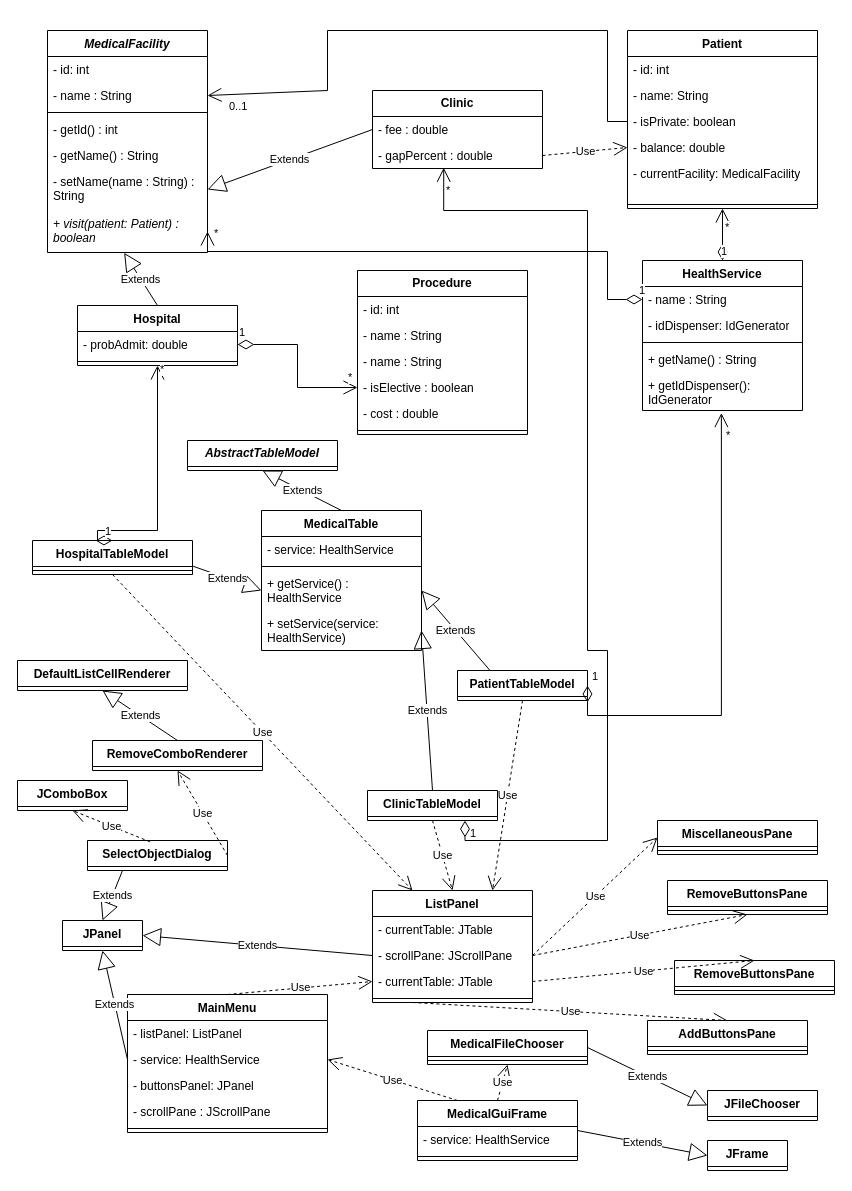
The draw.io diagram UML_diagram.drawio in YvesStraten/medical-console-gui, before the edit. Source tidied: cells renumbered, new cells numbered last; positions are measured from the earlier drawing's top-left corner, leaving out a move shared by most shapes. Both pictures are drawn from the tidied source at 100%, with x=0, y=0 at pixel (17, 30).
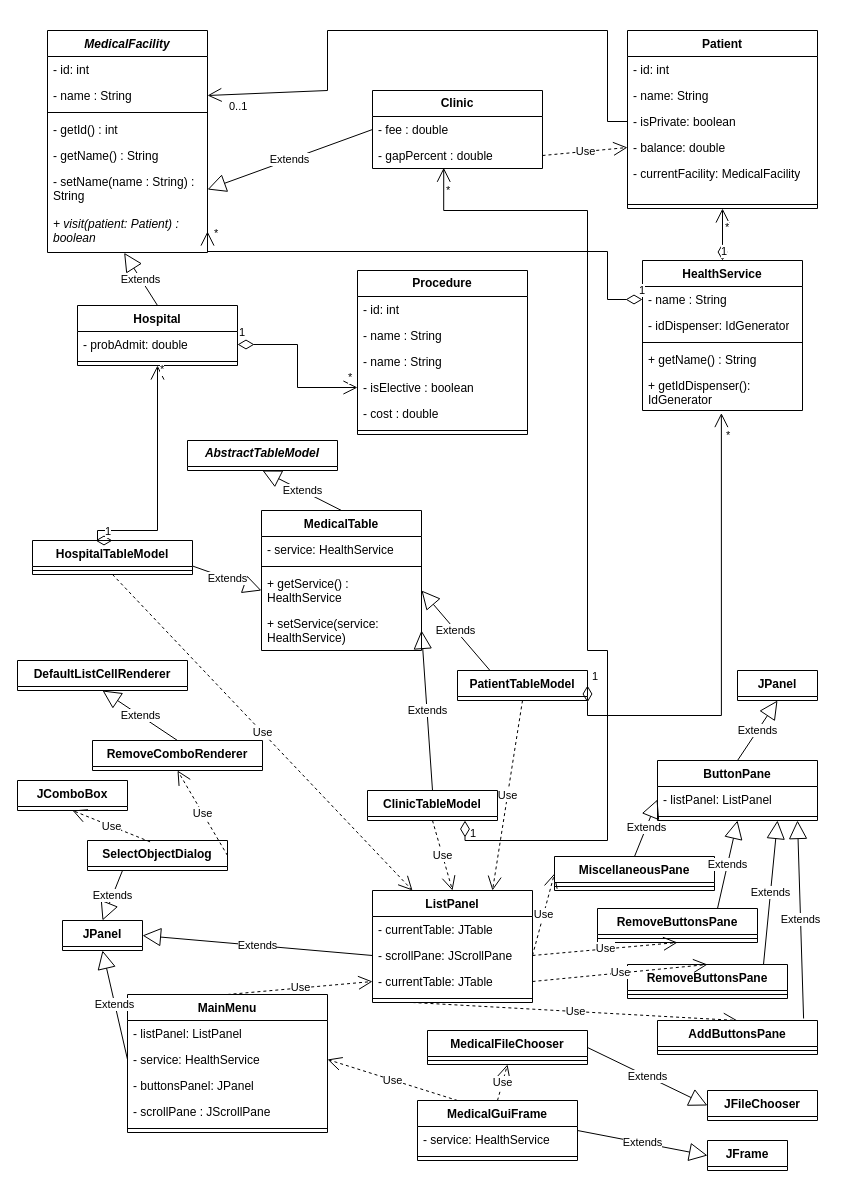
The same page after the edit.

Change to the diagram source:
```diff
@@
     <mxCell id="91" value="AddButtonsPane" style="swimlane;fontStyle=1;align=center;verticalAlign=top;horizontal=1;startSize=26;whiteSpace=wrap;html=1;" parent="1" vertex="1">
-      <mxGeometry x="630" y="990" width="160" height="34" as="geometry" />
+      <mxGeometry x="640" y="990" width="160" height="34" as="geometry" />
     </mxCell>
@@
     <mxCell id="93" value="RemoveButtonsPane&lt;div&gt;&lt;br&gt;&lt;/div&gt;" style="swimlane;fontStyle=1;align=center;verticalAlign=top;horizontal=1;startSize=26;whiteSpace=wrap;html=1;" parent="1" vertex="1">
-      <mxGeometry x="657" y="930" width="160" height="34" as="geometry" />
+      <mxGeometry x="610" y="934" width="160" height="34" as="geometry" />
     </mxCell>
@@
     <mxCell id="95" value="RemoveButtonsPane&lt;div&gt;&lt;br&gt;&lt;/div&gt;" style="swimlane;fontStyle=1;align=center;verticalAlign=top;horizontal=1;startSize=26;whiteSpace=wrap;html=1;" parent="1" vertex="1">
-      <mxGeometry x="650" y="850" width="160" height="34" as="geometry" />
+      <mxGeometry x="580" y="878" width="160" height="34" as="geometry" />
     </mxCell>
@@
     <mxCell id="100" value="&lt;div&gt;MiscellaneousPane&lt;/div&gt;" style="swimlane;fontStyle=1;align=center;verticalAlign=top;horizontal=1;startSize=26;whiteSpace=wrap;html=1;" parent="1" vertex="1">
-      <mxGeometry x="640" y="790" width="160" height="34" as="geometry" />
+      <mxGeometry x="537" y="826" width="160" height="34" as="geometry" />
     </mxCell>
@@
+    <mxCell id="116" value="JPanel" style="swimlane;fontStyle=1;align=center;verticalAlign=top;horizontal=1;startSize=26;whiteSpace=wrap;html=1;" parent="1" vertex="1" collapsed="1">
+      <mxGeometry x="720" y="640" width="80" height="30" as="geometry" />
+    </mxCell>
+    <mxCell id="117" value="ButtonPane" style="swimlane;fontStyle=1;align=center;verticalAlign=top;horizontal=1;startSize=26;whiteSpace=wrap;html=1;" parent="1" vertex="1">
+      <mxGeometry x="640" y="730" width="160" height="60" as="geometry" />
+    </mxCell>
+    <mxCell id="118" value="- listPanel: ListPanel" style="text;strokeColor=none;fillColor=none;align=left;verticalAlign=top;spacingLeft=4;spacingRight=4;overflow=hidden;points=[[0,0.5],[1,0.5]];portConstraint=eastwest;whiteSpace=wrap;html=1;" parent="117" vertex="1">
+      <mxGeometry y="26" width="160" height="26" as="geometry" />
+    </mxCell>
+    <mxCell id="119" style="line;strokeWidth=1;fillColor=none;align=left;verticalAlign=middle;spacingTop=-1;spacingLeft=3;spacingRight=3;labelPosition=right;strokeColor=inherit;" parent="117" vertex="1">
+      <mxGeometry y="52" width="160" height="8" as="geometry" />
+    </mxCell>
+    <mxCell id="120" value="Extends" style="endArrow=block;endSize=16;endFill=0;html=1;rounded=0;entryX=0.5;entryY=1;entryDx=0;entryDy=0;exitX=0.5;exitY=0;exitDx=0;exitDy=0;" parent="1" edge="1" source="117" target="116">
+      <mxGeometry relative="1" as="geometry" />
+    </mxCell>
+    <mxCell id="121" value="Extends" style="endArrow=block;endSize=16;endFill=0;html=1;rounded=0;entryX=0;entryY=0.5;entryDx=0;entryDy=0;exitX=0.5;exitY=0;exitDx=0;exitDy=0;" parent="1" edge="1" source="100" target="118">
+      <mxGeometry relative="1" as="geometry" />
+    </mxCell>
+    <mxCell id="122" value="Extends" style="endArrow=block;endSize=16;endFill=0;html=1;rounded=0;entryX=0.5;entryY=1;entryDx=0;entryDy=0;exitX=0.75;exitY=0;exitDx=0;exitDy=0;" parent="1" edge="1" source="95" target="117">
+      <mxGeometry relative="1" as="geometry" />
+    </mxCell>
+    <mxCell id="123" value="Extends" style="endArrow=block;endSize=16;endFill=0;html=1;rounded=0;entryX=0.75;entryY=1;entryDx=0;entryDy=0;exitX=0.85;exitY=0;exitDx=0;exitDy=0;exitPerimeter=0;" parent="1" edge="1" source="93" target="117">
+      <mxGeometry relative="1" as="geometry" />
+    </mxCell>
+    <mxCell id="124" value="Extends" style="endArrow=block;endSize=16;endFill=0;html=1;rounded=0;exitX=0.913;exitY=-0.059;exitDx=0;exitDy=0;exitPerimeter=0;" parent="1" edge="1" source="91">
+      <mxGeometry relative="1" as="geometry">
+        <mxPoint x="780" y="790" as="targetPoint" />
+      </mxGeometry>
+    </mxCell>
```
